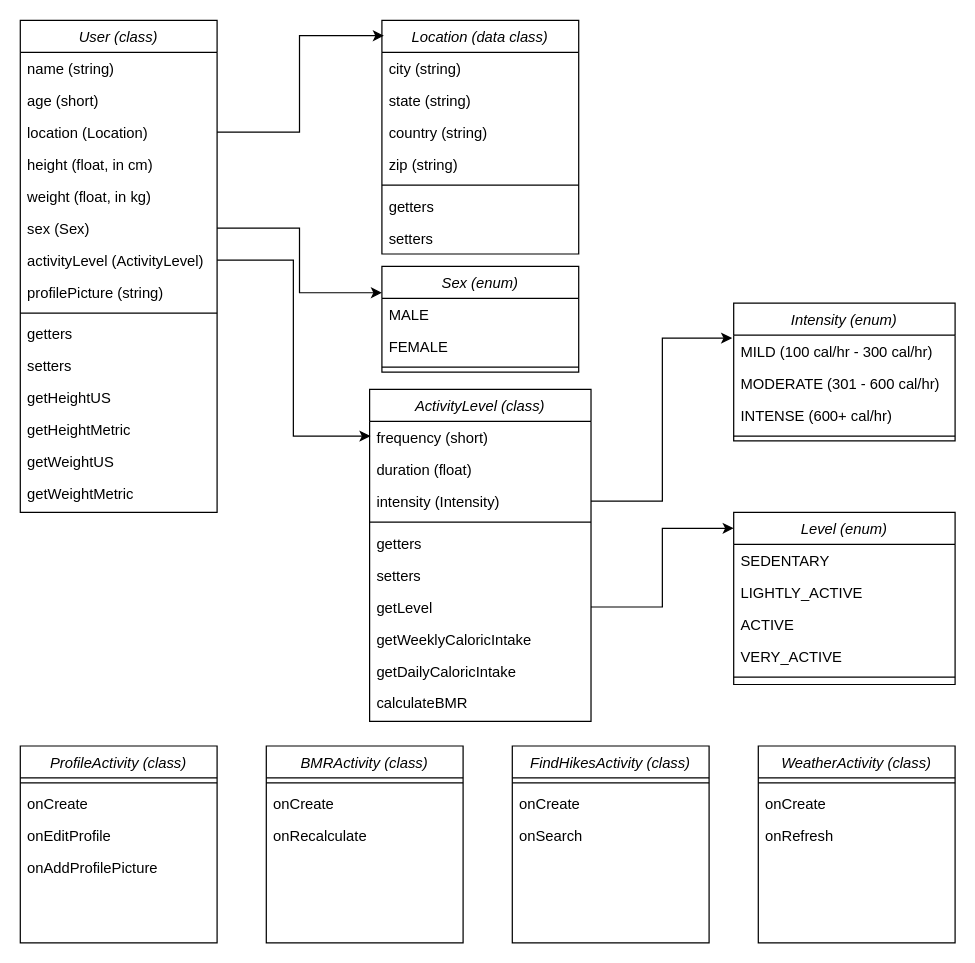
The draw.io diagram Class_Diagram.drawio in CamoKnight117/MobileAppDev, before the edit. Source tidied: cells renumbered, new cells numbered last; positions are measured from the earlier drawing's top-left corner, leaving out a move shared by most shapes. Both pictures are drawn from the tidied source at 123%, with x=0, y=0 at pixel (20, 20).
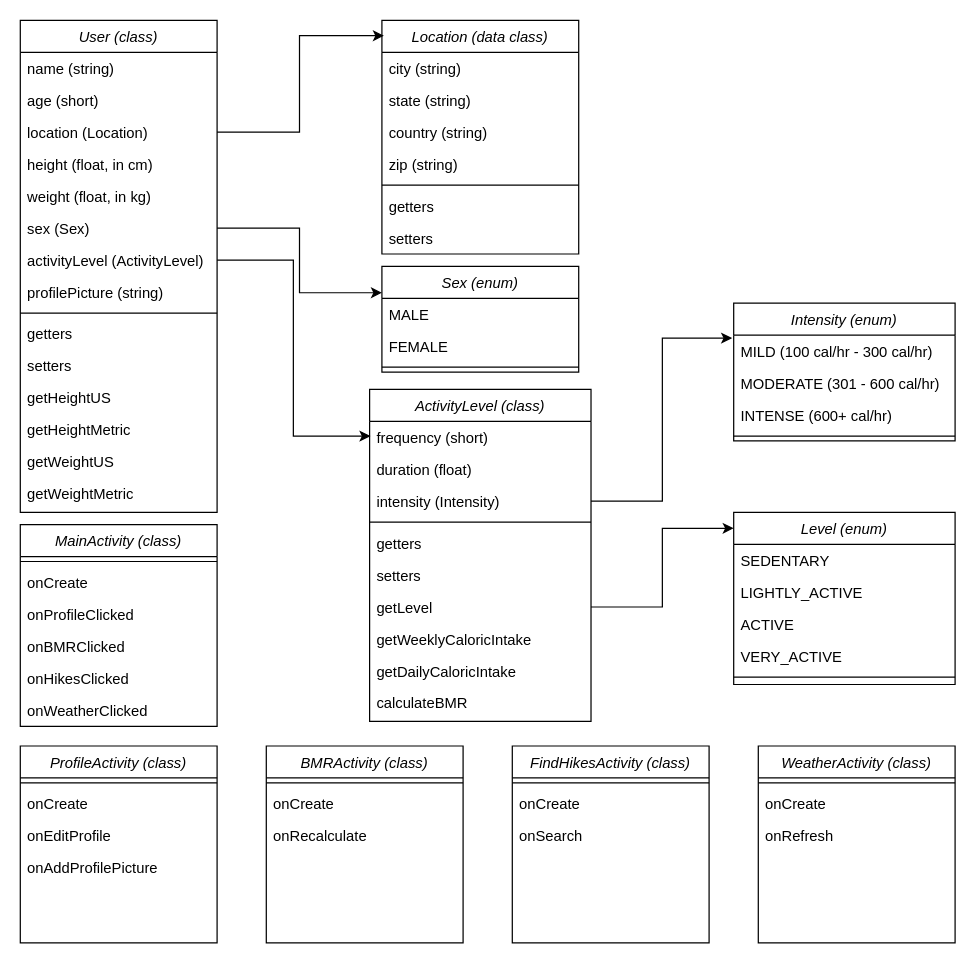
After the change.

Commit message:
Update the Class_Diagram to include the MainActivity

Diff of the diagram source:
```diff
@@
+    <mxCell id="74" value="MainActivity (class)" style="swimlane;fontStyle=2;align=center;verticalAlign=top;horizontal=1;startSize=26;rounded=0;shadow=0;strokeWidth=1;" parent="1" vertex="1">
+      <mxGeometry y="410" width="160" height="164" as="geometry" />
+    </mxCell>
+    <mxCell id="75" style="line;html=1;strokeWidth=1;align=left;verticalAlign=middle;spacingTop=-1;spacingLeft=3;spacingRight=3;labelPosition=right;" parent="74" vertex="1">
+      <mxGeometry y="26" width="160" height="8" as="geometry" />
+    </mxCell>
+    <mxCell id="76" value="onCreate" style="text;align=left;verticalAlign=top;spacingLeft=4;spacingRight=4;overflow=hidden;rounded=0;shadow=0;html=0;" parent="74" vertex="1">
+      <mxGeometry y="34" width="160" height="26" as="geometry" />
+    </mxCell>
+    <mxCell id="77" value="onProfileClicked" style="text;align=left;verticalAlign=top;spacingLeft=4;spacingRight=4;overflow=hidden;rounded=0;shadow=0;html=0;" parent="74" vertex="1">
+      <mxGeometry y="60" width="160" height="26" as="geometry" />
+    </mxCell>
+    <mxCell id="78" value="onBMRClicked" style="text;align=left;verticalAlign=top;spacingLeft=4;spacingRight=4;overflow=hidden;rounded=0;shadow=0;html=0;" parent="74" vertex="1">
+      <mxGeometry y="86" width="160" height="26" as="geometry" />
+    </mxCell>
+    <mxCell id="79" value="onHikesClicked" style="text;align=left;verticalAlign=top;spacingLeft=4;spacingRight=4;overflow=hidden;rounded=0;shadow=0;html=0;" parent="74" vertex="1">
+      <mxGeometry y="112" width="160" height="26" as="geometry" />
+    </mxCell>
+    <mxCell id="80" value="onWeatherClicked" style="text;align=left;verticalAlign=top;spacingLeft=4;spacingRight=4;overflow=hidden;rounded=0;shadow=0;html=0;" parent="74" vertex="1">
+      <mxGeometry y="138" width="160" height="26" as="geometry" />
+    </mxCell>
```
